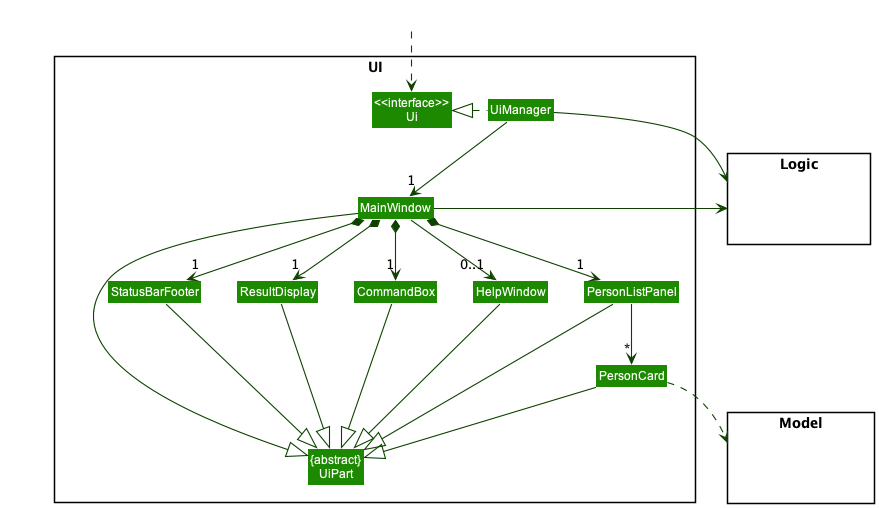
Above: docs/images/UiClassDiagram.png in nus-cs2103-AY2223S1/tp (PlantUML), before the change.
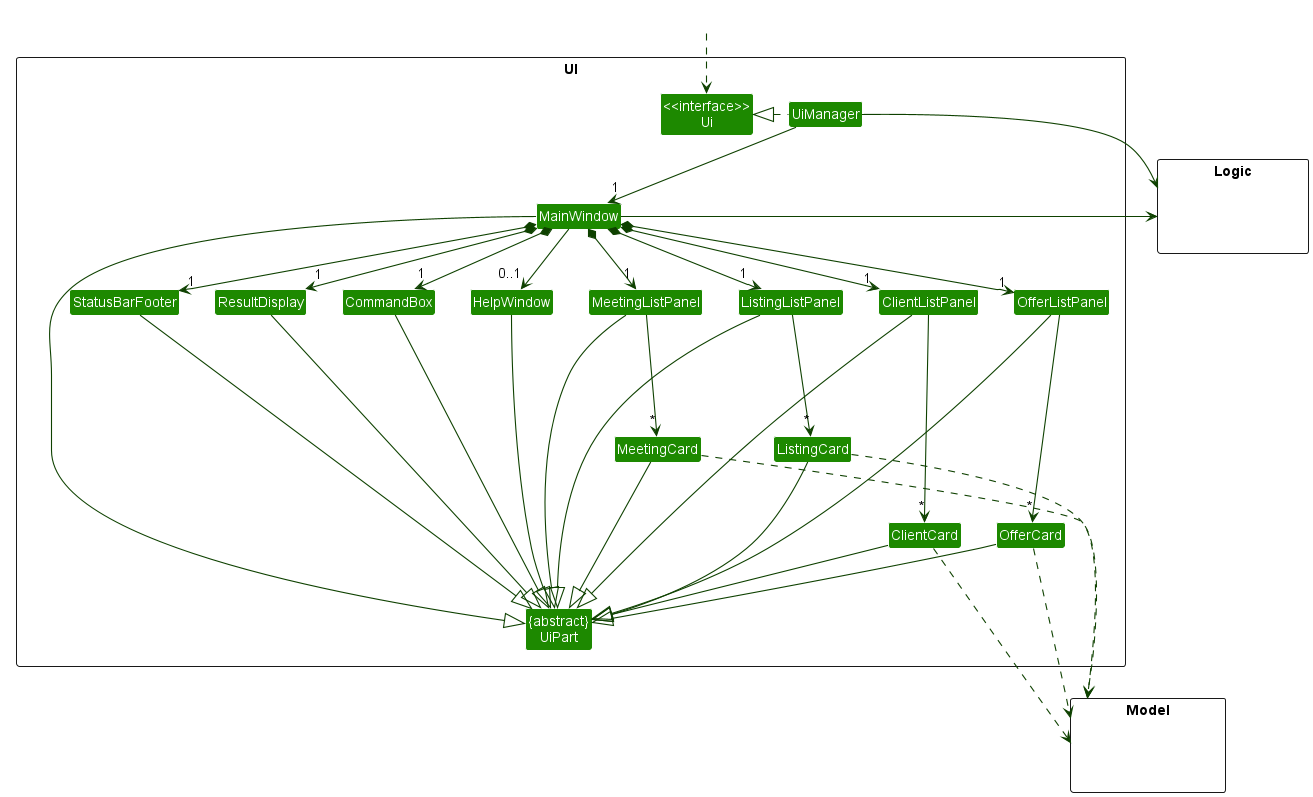
The same diagram one commit later.

Change to the diagram source:
```diff
@@ -11,8 +11,14 @@
 Class MainWindow
 Class HelpWindow
 Class ResultDisplay
-Class PersonListPanel
-Class PersonCard
+Class ClientListPanel
+Class ClientCard
+Class OfferListPanel
+Class OfferCard
+Class ListingListPanel
+Class ListingCard
+Class MeetingListPanel
+Class MeetingCard
 Class StatusBarFooter
 Class CommandBox
 }
@@ -32,26 +38,44 @@
 UiManager -down-> "1" MainWindow
 MainWindow *-down->  "1" CommandBox
 MainWindow *-down-> "1" ResultDisplay
-MainWindow *-down-> "1" PersonListPanel
+MainWindow *-down-> "1" ClientListPanel
+MainWindow *-down-> "1" OfferListPanel
+MainWindow *-down-> "1" ListingListPanel
+MainWindow *-down-> "1" MeetingListPanel
 MainWindow *-down-> "1" StatusBarFooter
 MainWindow --> "0..1" HelpWindow
 
-PersonListPanel -down-> "*" PersonCard
+ClientListPanel -down---> "*" ClientCard
+OfferListPanel -down---> "*" OfferCard
+ListingListPanel -down--> "*" ListingCard
+MeetingListPanel -down--> "*" MeetingCard
 
 MainWindow -left-|> UiPart
 
 ResultDisplay --|> UiPart
 CommandBox --|> UiPart
-PersonListPanel --|> UiPart
-PersonCard --|> UiPart
+ClientListPanel --|> UiPart
+ClientCard --|> UiPart
 StatusBarFooter --|> UiPart
 HelpWindow --|> UiPart
+OfferListPanel --|> UiPart
+OfferCard --|> UiPart
+ListingListPanel --|> UiPart
+ListingCard --|> UiPart
+MeetingListPanel --|> UiPart
+MeetingCard --|> UiPart
 
-PersonCard ..> Model
+
+ClientCard ...> Model
+OfferCard ..> Model
+ListingCard ..> Model
+MeetingCard ..> Model
 UiManager -right-> Logic
 MainWindow -left-> Logic
 
-PersonListPanel -[hidden]left- HelpWindow
+ClientListPanel -[hidden]left- HelpWindow
+ListingListPanel -[hidden]left- ResultDisplay
+MeetingListPanel -[hidden]left- ResultDisplay
 HelpWindow -[hidden]left- CommandBox
 CommandBox -[hidden]left- ResultDisplay
 ResultDisplay -[hidden]left- StatusBarFooter
```
